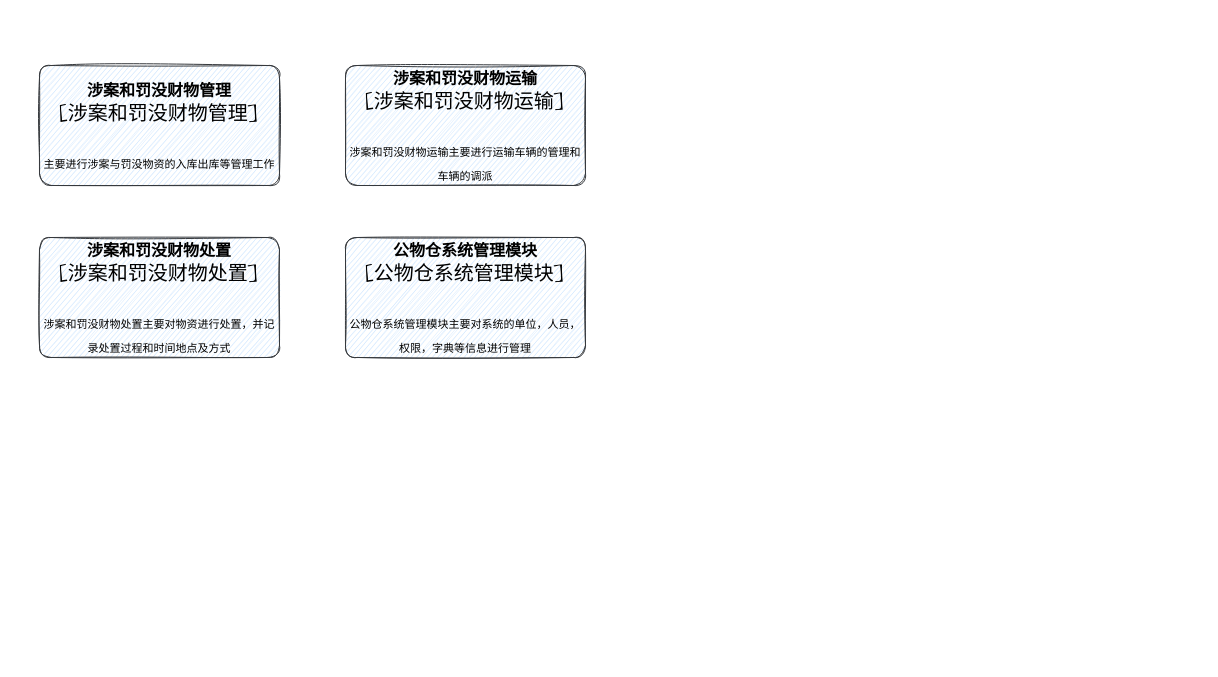
The draw.io diagram page "智能仓库平台架构整体规划" (2 of 3) of 仓库管理.drawio in chensiyu123456/drawio-files, before the edit. Source tidied: cells renumbered, new cells numbered last; positions are measured from the earlier drawing's top-left corner, leaving out a move shared by most shapes. Both pictures are drawn from the tidied source at 100%, with x=0, y=0 at pixel (39, 65).
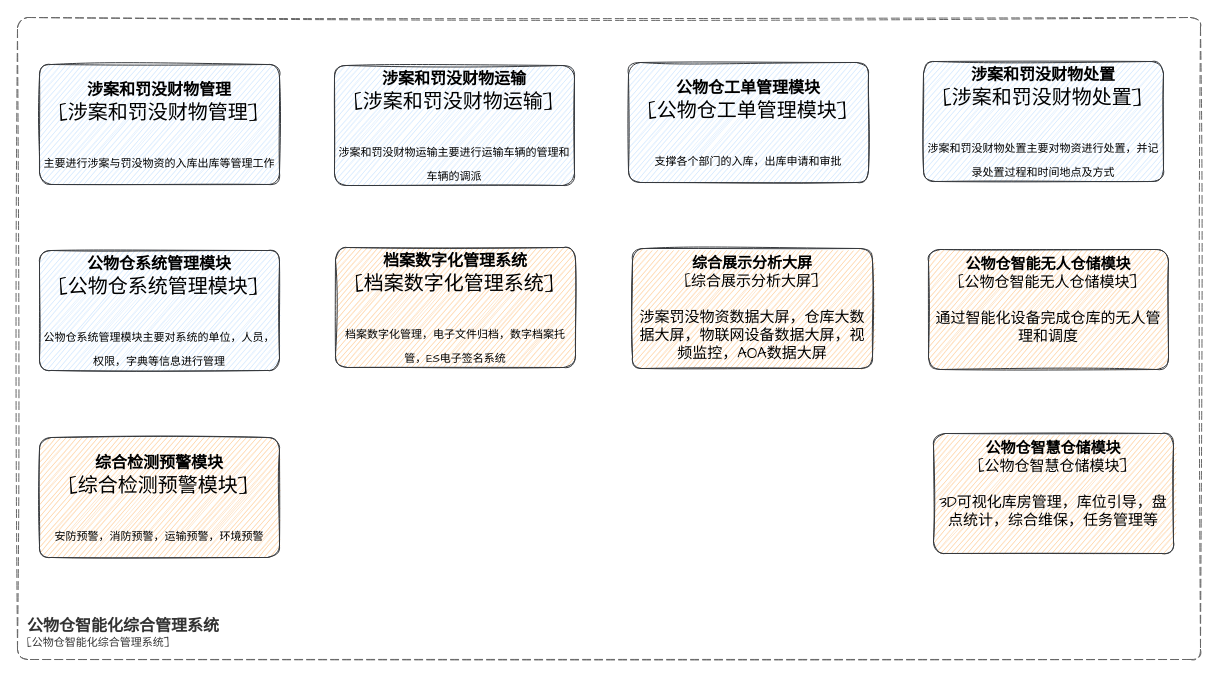
Above is the later version.

Commit message:
更新仓库管理.drawio

Change to the diagram source:
```diff
@@
     <object id="2" label="&lt;font style=&quot;font-size: 16px&quot;&gt;&lt;b&gt;%c4Name%&lt;/b&gt;&lt;/font&gt;&lt;div&gt;[%c4Type%]&lt;/div&gt;&lt;br&gt;&lt;div&gt;&lt;font style=&quot;font-size: 11px&quot;&gt;&lt;font&gt;%c4Description%&lt;/font&gt;&lt;/font&gt;&lt;/div&gt;" c4Description="主要进行涉案与罚没物资的入库出库等管理工作" c4Name="涉案和罚没财物管理" c4Type="涉案和罚没财物管理" placeholders="1">
       <mxCell style="rounded=1;whiteSpace=wrap;html=1;labelBackgroundColor=none;fillColor=#cce5ff;align=center;arcSize=10;strokeColor=#36393d;sketch=1;hachureGap=4;fontFamily=Architects Daughter;fontSize=20;" parent="1" vertex="1">
-        <mxGeometry width="240" height="120" as="geometry" />
+        <mxGeometry y="-1" width="240" height="120" as="geometry" />
       </mxCell>
     </object>
     <object id="3" label="&lt;font style=&quot;font-size: 16px&quot;&gt;&lt;b&gt;%c4Name%&lt;/b&gt;&lt;/font&gt;&lt;div&gt;[%c4Type%]&lt;/div&gt;&lt;br&gt;&lt;div&gt;&lt;font style=&quot;font-size: 11px&quot;&gt;&lt;font&gt;%c4Description%&lt;/font&gt;&lt;/font&gt;&lt;/div&gt;" c4Description="涉案和罚没财物处置主要对物资进行处置，并记录处置过程和时间地点及方式" c4Name="涉案和罚没财物处置" c4Type="涉案和罚没财物处置" placeholders="1">
       <mxCell style="rounded=1;whiteSpace=wrap;html=1;labelBackgroundColor=none;fillColor=#cce5ff;align=center;arcSize=10;strokeColor=#36393d;sketch=1;hachureGap=4;fontFamily=Architects Daughter;fontSize=20;" parent="1" vertex="1">
-        <mxGeometry y="172" width="240" height="120" as="geometry" />
+        <mxGeometry x="884" y="-4" width="240" height="120" as="geometry" />
       </mxCell>
     </object>
     <object id="4" label="&lt;font style=&quot;font-size: 16px&quot;&gt;&lt;b&gt;%c4Name%&lt;/b&gt;&lt;/font&gt;&lt;div&gt;[%c4Type%]&lt;/div&gt;&lt;br&gt;&lt;div&gt;&lt;font style=&quot;font-size: 11px&quot;&gt;&lt;font&gt;%c4Description%&lt;/font&gt;&lt;/font&gt;&lt;/div&gt;" c4Description="涉案和罚没财物运输主要进行运输车辆的管理和车辆的调派" c4Name="涉案和罚没财物运输" c4Type="涉案和罚没财物运输" placeholders="1">
       <mxCell style="rounded=1;whiteSpace=wrap;html=1;labelBackgroundColor=none;fillColor=#cce5ff;align=center;arcSize=10;strokeColor=#36393d;sketch=1;hachureGap=4;fontFamily=Architects Daughter;fontSize=20;" parent="1" vertex="1">
-        <mxGeometry x="306" width="240" height="120" as="geometry" />
+        <mxGeometry x="295" width="240" height="120" as="geometry" />
       </mxCell>
     </object>
     <object id="5" label="&lt;font style=&quot;font-size: 16px&quot;&gt;&lt;b&gt;%c4Name%&lt;/b&gt;&lt;/font&gt;&lt;div&gt;[%c4Type%]&lt;/div&gt;&lt;br&gt;&lt;div&gt;&lt;font style=&quot;font-size: 11px&quot;&gt;&lt;font&gt;%c4Description%&lt;/font&gt;&lt;/font&gt;&lt;/div&gt;" c4Description="公物仓系统管理模块主要对系统的单位，人员，权限，字典等信息进行管理" c4Name="公物仓系统管理模块" c4Type="公物仓系统管理模块" placeholders="1">
       <mxCell style="rounded=1;whiteSpace=wrap;html=1;labelBackgroundColor=none;fillColor=#cce5ff;align=center;arcSize=10;strokeColor=#36393d;sketch=1;hachureGap=4;fontFamily=Architects Daughter;fontSize=20;" parent="1" vertex="1">
-        <mxGeometry x="306" y="172" width="240" height="120" as="geometry" />
+        <mxGeometry y="185" width="240" height="120" as="geometry" />
       </mxCell>
     </object>
+    <object id="6" label="&lt;font style=&quot;font-size: 16px&quot;&gt;&lt;b&gt;%c4Name%&lt;/b&gt;&lt;/font&gt;&lt;div&gt;[%c4Type%]&lt;/div&gt;&lt;br&gt;&lt;div&gt;&lt;font style=&quot;font-size: 11px&quot;&gt;&lt;font&gt;%c4Description%&lt;/font&gt;&lt;/font&gt;&lt;/div&gt;" c4Description="支撑各个部门的入库，出库申请和审批" c4Name="公物仓工单管理模块" c4Type="公物仓工单管理模块" placeholders="1">
+      <mxCell style="rounded=1;whiteSpace=wrap;html=1;labelBackgroundColor=none;fillColor=#cce5ff;align=center;arcSize=10;strokeColor=#36393d;sketch=1;hachureGap=4;fontFamily=Architects Daughter;fontSize=20;" parent="1" vertex="1">
+        <mxGeometry x="589" y="-3" width="240" height="120" as="geometry" />
+      </mxCell>
+    </object>
+    <object id="7" label="&lt;font style=&quot;font-size: 16px&quot;&gt;&lt;b&gt;%c4Name%&lt;/b&gt;&lt;/font&gt;&lt;div&gt;[%c4Type%]&lt;/div&gt;&lt;br&gt;&lt;div&gt;&lt;font style=&quot;font-size: 11px&quot;&gt;&lt;font&gt;%c4Description%&lt;/font&gt;&lt;/font&gt;&lt;/div&gt;" c4Description="安防预警，消防预警，运输预警，环境预警" c4Name="综合检测预警模块" c4Type="综合检测预警模块" placeholders="1">
+      <mxCell style="rounded=1;whiteSpace=wrap;html=1;labelBackgroundColor=none;fillColor=#ffcc99;align=center;arcSize=10;strokeColor=#36393d;sketch=1;hachureGap=4;fontFamily=Architects Daughter;fontSize=20;" parent="1" vertex="1">
+        <mxGeometry y="372" width="240" height="120" as="geometry" />
+      </mxCell>
+    </object>
+    <object id="8" label="&lt;font style=&quot;font-size: 16px&quot;&gt;&lt;b&gt;%c4Name%&lt;/b&gt;&lt;/font&gt;&lt;div&gt;[%c4Type%]&lt;/div&gt;&lt;br&gt;&lt;div&gt;&lt;font style=&quot;font-size: 11px&quot;&gt;&lt;font&gt;%c4Description%&lt;/font&gt;&lt;/font&gt;&lt;/div&gt;" c4Description="档案数字化管理，电子文件归档，数字档案托管，ES电子签名系统" c4Name="档案数字化管理系统" c4Type="档案数字化管理系统" placeholders="1">
+      <mxCell style="rounded=1;whiteSpace=wrap;html=1;labelBackgroundColor=none;fillColor=#ffcc99;align=center;arcSize=10;strokeColor=#36393d;sketch=1;hachureGap=4;fontFamily=Architects Daughter;fontSize=20;" parent="1" vertex="1">
+        <mxGeometry x="296" y="182" width="240" height="120" as="geometry" />
+      </mxCell>
+    </object>
+    <object id="9" label="&lt;font style=&quot;font-size: 15px;&quot;&gt;&lt;b style=&quot;font-size: 15px;&quot;&gt;%c4Name%&lt;/b&gt;&lt;/font&gt;&lt;div style=&quot;font-size: 15px;&quot;&gt;[%c4Type%]&lt;/div&gt;&lt;br style=&quot;font-size: 15px;&quot;&gt;&lt;div style=&quot;font-size: 15px;&quot;&gt;&lt;font style=&quot;font-size: 15px;&quot;&gt;&lt;font style=&quot;font-size: 15px;&quot;&gt;%c4Description%&lt;/font&gt;&lt;/font&gt;&lt;/div&gt;" c4Description="涉案罚没物资数据大屏，仓库大数据大屏，物联网设备数据大屏，视频监控，AOA数据大屏" c4Name="综合展示分析大屏" c4Type="综合展示分析大屏" placeholders="1">
+      <mxCell style="rounded=1;whiteSpace=wrap;html=1;labelBackgroundColor=none;fillColor=#ffcc99;align=center;arcSize=10;strokeColor=#36393d;sketch=1;hachureGap=4;fontFamily=Architects Daughter;fontSize=15;verticalAlign=top;horizontal=1;" parent="1" vertex="1">
+        <mxGeometry x="593" y="183" width="240" height="120" as="geometry" />
+      </mxCell>
+    </object>
+    <object id="10" label="&lt;font style=&quot;font-size: 15px;&quot;&gt;&lt;b style=&quot;font-size: 15px;&quot;&gt;%c4Name%&lt;/b&gt;&lt;/font&gt;&lt;div style=&quot;font-size: 15px;&quot;&gt;[%c4Type%]&lt;/div&gt;&lt;br style=&quot;font-size: 15px;&quot;&gt;&lt;div style=&quot;font-size: 15px;&quot;&gt;&lt;font style=&quot;font-size: 15px;&quot;&gt;&lt;font style=&quot;font-size: 15px;&quot;&gt;%c4Description%&lt;/font&gt;&lt;/font&gt;&lt;/div&gt;" c4Description="通过智能化设备完成仓库的无人管理和调度" c4Name="公物仓智能无人仓储模块" c4Type="公物仓智能无人仓储模块" placeholders="1">
+      <mxCell style="rounded=1;whiteSpace=wrap;html=1;labelBackgroundColor=none;fillColor=#ffcc99;align=center;arcSize=10;strokeColor=#36393d;sketch=1;hachureGap=4;fontFamily=Architects Daughter;fontSize=15;verticalAlign=top;horizontal=1;" parent="1" vertex="1">
+        <mxGeometry x="889" y="184" width="240" height="120" as="geometry" />
+      </mxCell>
+    </object>
+    <object id="11" label="&lt;font style=&quot;font-size: 15px;&quot;&gt;&lt;b style=&quot;font-size: 15px;&quot;&gt;%c4Name%&lt;/b&gt;&lt;/font&gt;&lt;div style=&quot;font-size: 15px;&quot;&gt;[%c4Type%]&lt;/div&gt;&lt;br style=&quot;font-size: 15px;&quot;&gt;&lt;div style=&quot;font-size: 15px;&quot;&gt;&lt;font style=&quot;font-size: 15px;&quot;&gt;&lt;font style=&quot;font-size: 15px;&quot;&gt;%c4Description%&lt;/font&gt;&lt;/font&gt;&lt;/div&gt;" c4Description="3D可视化库房管理，库位引导，盘点统计，综合维保，任务管理等" c4Name="公物仓智慧仓储模块" c4Type="公物仓智慧仓储模块" placeholders="1">
+      <mxCell style="rounded=1;whiteSpace=wrap;html=1;labelBackgroundColor=none;fillColor=#ffcc99;align=center;arcSize=10;strokeColor=#36393d;sketch=1;hachureGap=4;fontFamily=Architects Daughter;fontSize=15;verticalAlign=top;horizontal=1;" parent="1" vertex="1">
+        <mxGeometry x="894" y="368" width="240" height="120" as="geometry" />
+      </mxCell>
+    </object>
+    <object id="12" label="&lt;font style=&quot;font-size: 16px&quot;&gt;&lt;b&gt;&lt;div style=&quot;text-align: left&quot;&gt;%c4Name%&lt;/div&gt;&lt;/b&gt;&lt;/font&gt;&lt;div style=&quot;text-align: left&quot;&gt;[%c4Application%]&lt;/div&gt;" c4Application="公物仓智能化综合管理系统" c4Name="公物仓智能化综合管理系统" placeholders="1">
+      <mxCell style="rounded=1;fontSize=11;whiteSpace=wrap;html=1;dashed=1;arcSize=20;fillColor=none;strokeColor=#666666;fontColor=#333333;labelBackgroundColor=none;align=left;verticalAlign=bottom;labelBorderColor=none;spacingTop=0;spacing=10;dashPattern=8 4;perimeter=rectanglePerimeter;noLabel=0;labelPadding=0;absoluteArcSize=1;sketch=1;hachureGap=4;fontFamily=Architects Daughter;" parent="1" vertex="1">
+        <mxGeometry x="-22" y="-48" width="1183" height="642" as="geometry" />
+      </mxCell>
+    </object>
```
